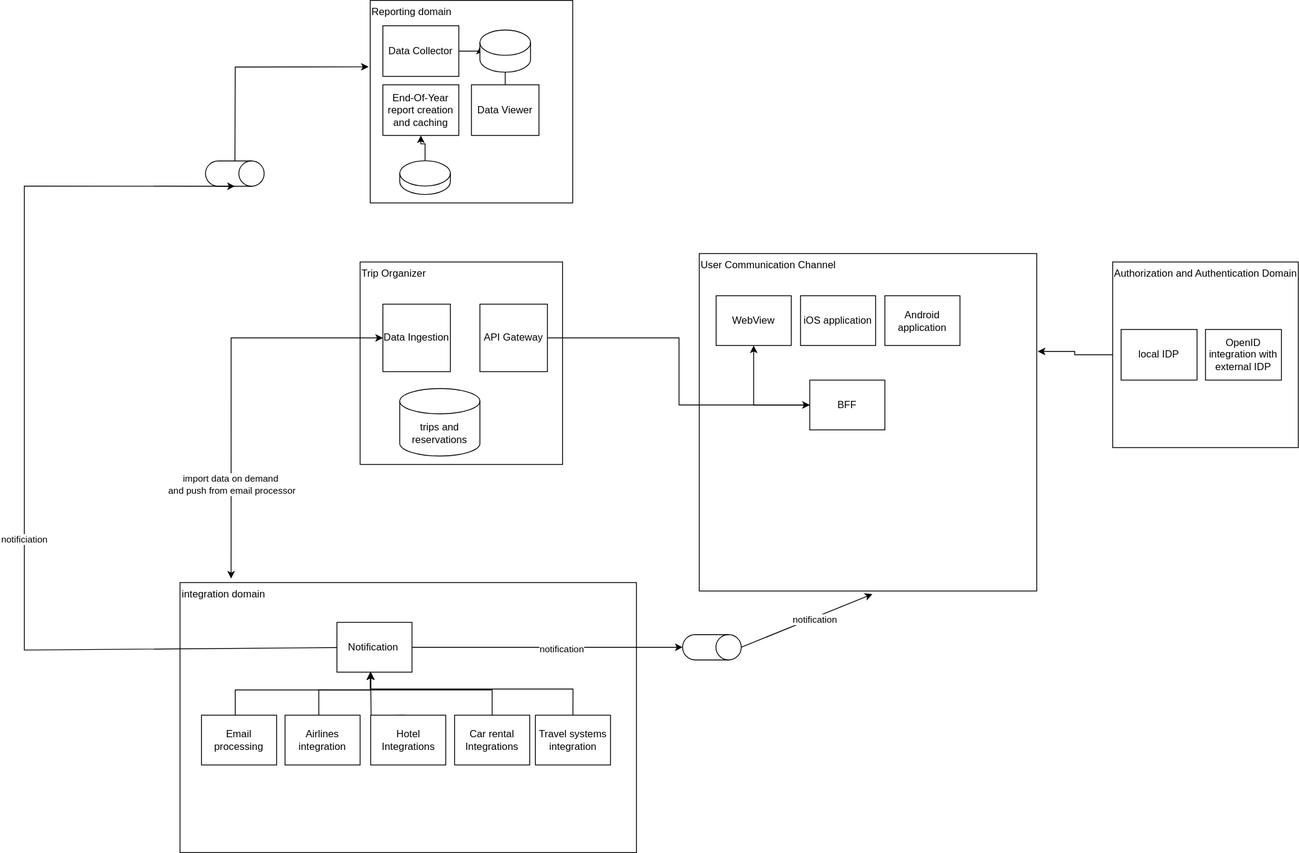
The draw.io diagram diagrams/Component overview.drawio.svg in wschaef/architecture-kata-2023, before a commit. Source tidied: cells renumbered, new cells last; positions are measured from the earlier drawing's top-left corner, leaving out a move shared by most shapes.
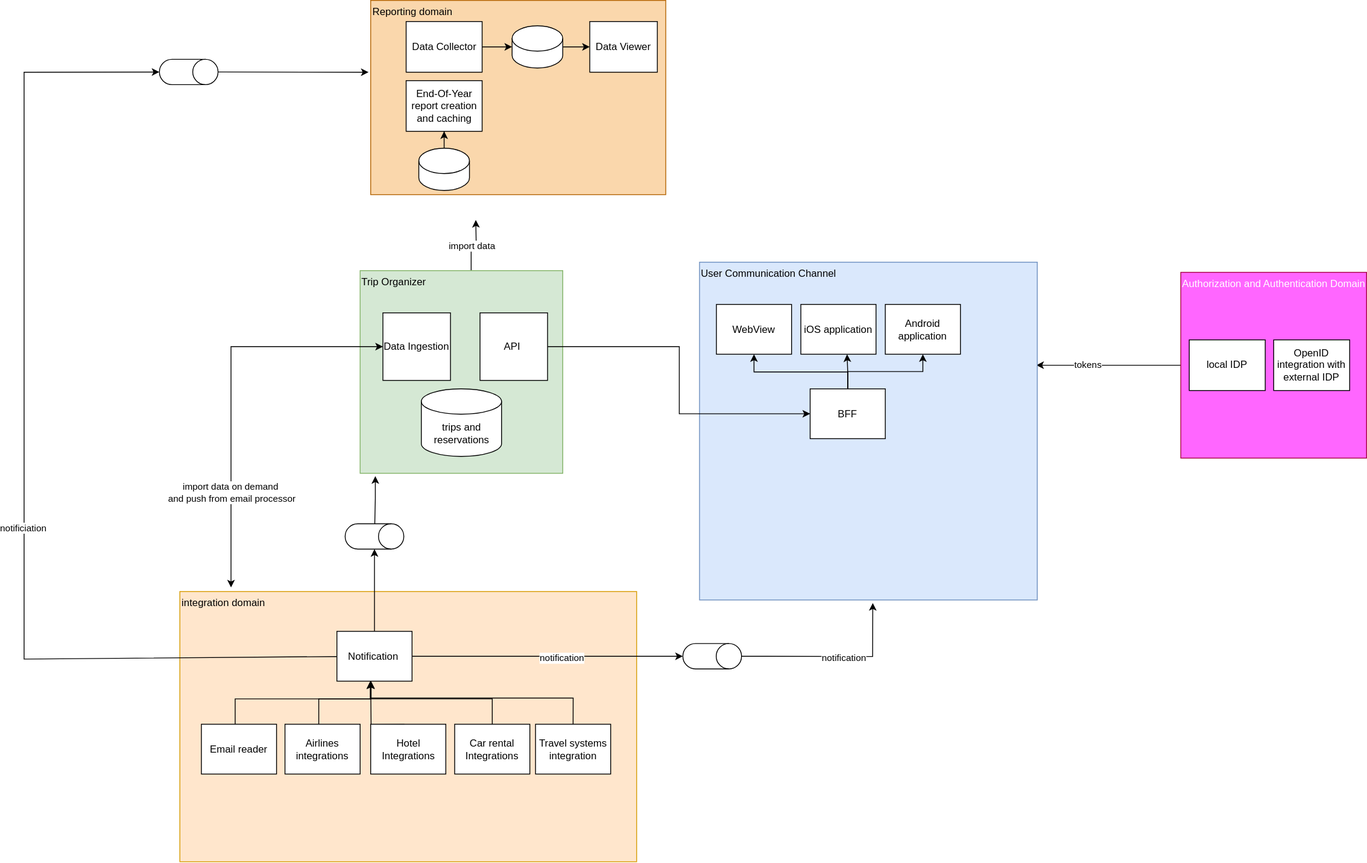
Above is the later version.

What changed in the source:
```diff
@@ -2,38 +2,47 @@
   <root>
     <mxCell id="0" />
     <mxCell id="1" parent="0" />
+    <mxCell id="4" value="Reporting domain" style="rounded=0;whiteSpace=wrap;html=1;align=left;verticalAlign=top;fillColor=#fad7ac;strokeColor=#b46504;" parent="1" vertex="1">
+      <mxGeometry x="410.5" y="-10" width="349.5" height="230" as="geometry" />
+    </mxCell>
-    <mxCell id="2" style="edgeStyle=orthogonalEdgeStyle;rounded=0;jettySize=auto;html=1;exitX=0;exitY=0.5;exitDx=0;exitDy=0;entryX=1.003;entryY=0.29;entryDx=0;entryDy=0;entryPerimeter=0;" parent="1" edge="1" source="3" target="11">
+    <mxCell id="2" style="edgeStyle=orthogonalEdgeStyle;rounded=0;jettySize=auto;html=1;exitX=0;exitY=0.5;exitDx=0;exitDy=0;entryX=0.997;entryY=0.305;entryDx=0;entryDy=0;entryPerimeter=0;" parent="1" edge="1" source="3" target="11">
       <mxGeometry relative="1" as="geometry" />
     </mxCell>
+    <mxCell id="49" value="tokens" style="edgeLabel;html=1;align=center;verticalAlign=middle;" parent="2" vertex="1">
+      <mxGeometry x="0.29" relative="1" as="geometry" />
+    </mxCell>
-    <mxCell id="3" value="Authorization and Authentication Domain" style="whiteSpace=wrap;html=1;align=left;verticalAlign=top;" parent="1" vertex="1">
-      <mxGeometry x="1290" y="310" width="220" height="220" as="geometry" />
+    <mxCell id="3" value="Authorization and Authentication Domain" style="whiteSpace=wrap;html=1;align=left;verticalAlign=top;fillColor=#FF66FF;fontColor=#ffffff;strokeColor=#A50040;" parent="1" vertex="1">
+      <mxGeometry x="1370" y="312" width="220" height="220" as="geometry" />
     </mxCell>
-    <mxCell id="4" value="Reporting domain" style="whiteSpace=wrap;html=1;align=left;verticalAlign=top;" parent="1" vertex="1">
-      <mxGeometry x="410" width="240" height="240" as="geometry" />
-    </mxCell>
+    <mxCell id="50" style="edgeStyle=orthogonalEdgeStyle;rounded=0;jettySize=auto;html=1;exitX=0.5;exitY=1;exitDx=0;exitDy=0;entryX=0.548;entryY=0;entryDx=0;entryDy=0;entryPerimeter=0;startArrow=classic;startFill=1;endArrow=none;endFill=0;" parent="1" edge="1" target="10">
+      <mxGeometry relative="1" as="geometry">
+        <mxPoint x="535" y="250" as="sourcePoint" />
+      </mxGeometry>
+    </mxCell>
+    <mxCell id="51" value="import data&amp;nbsp;" style="edgeLabel;html=1;align=center;verticalAlign=middle;" parent="50" vertex="1">
+      <mxGeometry x="0.03" relative="1" as="geometry" />
+    </mxCell>
     <mxCell id="5" value="local IDP" style="rounded=0;whiteSpace=wrap;html=1;" parent="1" vertex="1">
-      <mxGeometry x="1300" y="390" width="90" height="60" as="geometry" />
+      <mxGeometry x="1380" y="392" width="90" height="60" as="geometry" />
     </mxCell>
     <mxCell id="6" value="OpenID integration with external IDP" style="rounded=0;whiteSpace=wrap;html=1;" parent="1" vertex="1">
-      <mxGeometry x="1400" y="390" width="90" height="60" as="geometry" />
+      <mxGeometry x="1480" y="392" width="90" height="60" as="geometry" />
     </mxCell>
-    <mxCell id="7" style="edgeStyle=orthogonalEdgeStyle;rounded=0;jettySize=auto;html=1;exitX=1;exitY=0.5;exitDx=0;exitDy=0;entryX=0;entryY=0;entryDx=0;entryDy=20;entryPerimeter=0;" parent="1" edge="1" source="8" target="31">
+    <mxCell id="7" style="edgeStyle=orthogonalEdgeStyle;rounded=0;jettySize=auto;html=1;exitX=1;exitY=0.5;exitDx=0;exitDy=0;entryX=0;entryY=0.5;entryDx=0;entryDy=0;entryPerimeter=0;" parent="1" edge="1" source="8" target="31">
       <mxGeometry relative="1" as="geometry" />
     </mxCell>
     <mxCell id="8" value="Data Collector" style="rounded=0;whiteSpace=wrap;html=1;" parent="1" vertex="1">
-      <mxGeometry x="425" y="30" width="90" height="60" as="geometry" />
+      <mxGeometry x="452.5" y="15" width="90" height="60" as="geometry" />
     </mxCell>
-    <mxCell id="9" style="endArrow=classic;html=1;rounded=0;entryX=-0.008;entryY=0.328;entryDx=0;entryDy=0;entryPerimeter=0;" parent="1" edge="1" source="20" target="4">
+    <mxCell id="9" style="endArrow=classic;html=1;rounded=0;" parent="1" edge="1" source="20">
       <mxGeometry relative="1" as="geometry">
-        <Array as="points">
-          <mxPoint x="250" y="79" />
-        </Array>
+        <mxPoint x="408" y="75" as="targetPoint" />
       </mxGeometry>
     </mxCell>
-    <mxCell id="10" value="Trip Organizer" style="whiteSpace=wrap;html=1;align=left;verticalAlign=top;" parent="1" vertex="1">
+    <mxCell id="10" value="Trip Organizer" style="whiteSpace=wrap;html=1;align=left;verticalAlign=top;fillColor=#d5e8d4;strokeColor=#82b366;" parent="1" vertex="1">
       <mxGeometry x="398" y="310" width="240" height="240" as="geometry" />
     </mxCell>
-    <mxCell id="11" value="User Communication Channel" style="whiteSpace=wrap;html=1;align=left;verticalAlign=top;" parent="1" vertex="1">
+    <mxCell id="11" value="User Communication Channel" style="whiteSpace=wrap;html=1;align=left;verticalAlign=top;fillColor=#dae8fc;strokeColor=#6c8ebf;" parent="1" vertex="1">
       <mxGeometry x="800" y="300" width="400" height="400" as="geometry" />
     </mxCell>
     <mxCell id="12" value="WebView" style="rounded=0;whiteSpace=wrap;html=1;" parent="1" vertex="1">
@@ -46,7 +55,12 @@
       <mxGeometry x="1020" y="350" width="89" height="59" as="geometry" />
     </mxCell>
     <mxCell id="15" style="edgeStyle=orthogonalEdgeStyle;rounded=0;jettySize=auto;html=1;entryX=0.5;entryY=1;entryDx=0;entryDy=0;" parent="1" edge="1" source="16" target="12">
-      <mxGeometry relative="1" as="geometry" />
+      <mxGeometry relative="1" as="geometry">
+        <Array as="points">
+          <mxPoint x="976" y="430" />
+          <mxPoint x="865" y="430" />
+        </Array>
+      </mxGeometry>
     </mxCell>
     <mxCell id="16" value="BFF" style="rounded=0;whiteSpace=wrap;html=1;" parent="1" vertex="1">
       <mxGeometry x="931" y="450" width="89" height="59" as="geometry" />
@@ -55,16 +69,20 @@
       <mxGeometry x="800" y="731.9" width="30" height="69.5" as="geometry" />
     </mxCell>
     <mxCell id="18" style="endArrow=classic;html=1;rounded=0;exitX=0.5;exitY=0;exitDx=0;exitDy=0;exitPerimeter=0;entryX=0.513;entryY=1.009;entryDx=0;entryDy=0;entryPerimeter=0;" parent="1" edge="1" source="17" target="11">
-      <mxGeometry relative="1" as="geometry" />
+      <mxGeometry relative="1" as="geometry">
+        <Array as="points">
+          <mxPoint x="1005" y="767" />
+        </Array>
+      </mxGeometry>
     </mxCell>
     <mxCell id="19" value="notification" style="edgeLabel;html=1;align=center;verticalAlign=middle;" parent="18" vertex="1">
       <mxGeometry x="0.11" y="-2" relative="1" as="geometry" />
     </mxCell>
     <mxCell id="20" style="shape=cylinder3;whiteSpace=wrap;html=1;boundedLbl=1;backgroundOutline=1;size=15;rotation=90;" parent="1" vertex="1">
-      <mxGeometry x="234.5" y="170.5" width="30" height="69.5" as="geometry" />
+      <mxGeometry x="180" y="40" width="30" height="69.5" as="geometry" />
     </mxCell>
     <mxCell id="21" value="trips and reservations" style="shape=cylinder3;whiteSpace=wrap;html=1;boundedLbl=1;backgroundOutline=1;size=15;" parent="1" vertex="1">
-      <mxGeometry x="445" y="460" width="95" height="80" as="geometry" />
+      <mxGeometry x="470.5" y="450" width="95" height="80" as="geometry" />
     </mxCell>
     <mxCell id="22" style="edgeStyle=orthogonalEdgeStyle;rounded=0;jettySize=auto;html=1;exitX=1;exitY=0.5;exitDx=0;exitDy=0;entryX=0;entryY=0.5;entryDx=0;entryDy=0;" parent="1" edge="1" source="23" target="16">
       <mxGeometry relative="1" as="geometry">
@@ -74,7 +92,7 @@
         </Array>
       </mxGeometry>
     </mxCell>
-    <mxCell id="23" value="API Gateway" style="whiteSpace=wrap;html=1;" parent="1" vertex="1">
+    <mxCell id="23" value="API&amp;nbsp;" style="whiteSpace=wrap;html=1;" parent="1" vertex="1">
       <mxGeometry x="540" y="360" width="80" height="80" as="geometry" />
     </mxCell>
     <mxCell id="24" style="edgeStyle=orthogonalEdgeStyle;rounded=0;jettySize=auto;html=1;exitX=0;exitY=0.5;exitDx=0;exitDy=0;entryX=0.112;entryY=-0.015;entryDx=0;entryDy=0;startArrow=classic;startFill=1;entryPerimeter=0;" parent="1" edge="1" source="26" target="30">
@@ -87,26 +105,33 @@
       <mxGeometry x="425" y="360" width="80" height="80" as="geometry" />
     </mxCell>
     <mxCell id="27" value="End-Of-Year report creation and caching" style="rounded=0;whiteSpace=wrap;html=1;" parent="1" vertex="1">
-      <mxGeometry x="425" y="100" width="90" height="60" as="geometry" />
+      <mxGeometry x="452.5" y="85" width="90" height="60" as="geometry" />
     </mxCell>
     <mxCell id="28" style="edgeStyle=orthogonalEdgeStyle;rounded=0;jettySize=auto;html=1;exitX=0.5;exitY=0;exitDx=0;exitDy=0;exitPerimeter=0;" parent="1" edge="1" source="29" target="27">
       <mxGeometry relative="1" as="geometry" />
     </mxCell>
     <mxCell id="29" style="shape=cylinder3;whiteSpace=wrap;html=1;boundedLbl=1;backgroundOutline=1;size=15;" parent="1" vertex="1">
-      <mxGeometry x="445" y="190" width="60" height="40" as="geometry" />
+      <mxGeometry x="467.5" y="165" width="60" height="50" as="geometry" />
     </mxCell>
-    <mxCell id="30" value="integration domain" style="rounded=0;whiteSpace=wrap;html=1;align=left;verticalAlign=top;" parent="1" vertex="1">
+    <mxCell id="30" value="integration domain" style="rounded=0;whiteSpace=wrap;html=1;align=left;verticalAlign=top;fillColor=#ffe6cc;strokeColor=#d79b00;" parent="1" vertex="1">
       <mxGeometry x="184.5" y="690" width="541" height="320" as="geometry" />
     </mxCell>
+    <mxCell id="33" style="edgeStyle=orthogonalEdgeStyle;rounded=0;jettySize=auto;html=1;" parent="1" edge="1" source="31" target="32">
+      <mxGeometry relative="1" as="geometry" />
+    </mxCell>
     <mxCell id="31" style="shape=cylinder3;whiteSpace=wrap;html=1;boundedLbl=1;backgroundOutline=1;size=15;" parent="1" vertex="1">
-      <mxGeometry x="540" y="35" width="60" height="50" as="geometry" />
+      <mxGeometry x="578" y="20" width="60" height="50" as="geometry" />
     </mxCell>
     <mxCell id="32" value="Data Viewer" style="rounded=0;whiteSpace=wrap;html=1;" parent="1" vertex="1">
-      <mxGeometry x="530" y="100" width="80" height="60" as="geometry" />
+      <mxGeometry x="670" y="15" width="80" height="60" as="geometry" />
     </mxCell>
-    <mxCell id="33" style="endArrow=none;html=1;rounded=0;exitX=0.5;exitY=1;exitDx=0;exitDy=0;exitPerimeter=0;entryX=0.5;entryY=0;entryDx=0;entryDy=0;" parent="1" edge="1" source="31" target="32">
-      <mxGeometry relative="1" as="geometry" />
-    </mxCell>
+    <mxCell id="52" style="edgeStyle=orthogonalEdgeStyle;rounded=0;jettySize=auto;html=1;entryX=0.075;entryY=1.014;entryDx=0;entryDy=0;entryPerimeter=0;" parent="1" edge="1" source="56" target="10">
+      <mxGeometry relative="1" as="geometry">
+        <Array as="points">
+          <mxPoint x="416" y="580" />
+        </Array>
+      </mxGeometry>
+    </mxCell>
     <mxCell id="34" value="Notification&amp;nbsp;" style="rounded=0;whiteSpace=wrap;html=1;" parent="1" vertex="1">
       <mxGeometry x="370.5" y="737.2" width="89" height="59" as="geometry" />
     </mxCell>
@@ -120,7 +145,7 @@
         </Array>
       </mxGeometry>
     </mxCell>
-    <mxCell id="36" value="Email processing" style="rounded=0;whiteSpace=wrap;html=1;" parent="1" vertex="1">
+    <mxCell id="36" value="Email reader" style="rounded=0;whiteSpace=wrap;html=1;" parent="1" vertex="1">
       <mxGeometry x="210" y="847.2" width="89" height="59" as="geometry" />
     </mxCell>
     <mxCell id="37" style="edgeStyle=orthogonalEdgeStyle;rounded=0;orthogonalLoop=1;jettySize=auto;html=1;entryX=0.5;entryY=1;entryDx=0;entryDy=0;" parent="1" edge="1">
@@ -142,7 +167,7 @@
     <mxCell id="39" value="Travel systems integration" style="rounded=0;whiteSpace=wrap;html=1;" parent="1" vertex="1">
       <mxGeometry x="605.8" y="847.2" width="89" height="59" as="geometry" />
     </mxCell>
-    <mxCell id="40" value="Airlines integration" style="rounded=0;whiteSpace=wrap;html=1;" parent="1" vertex="1">
+    <mxCell id="40" value="Airlines integrations" style="rounded=0;whiteSpace=wrap;html=1;" parent="1" vertex="1">
       <mxGeometry x="309" y="847.2" width="89" height="59" as="geometry" />
     </mxCell>
     <mxCell id="41" style="edgeStyle=orthogonalEdgeStyle;rounded=0;jettySize=auto;html=1;exitX=0.5;exitY=0;exitDx=0;exitDy=0;" parent="1" edge="1" source="39">
@@ -175,16 +200,29 @@
     <mxCell id="46" value="notification" style="edgeLabel;html=1;align=center;verticalAlign=middle;" parent="45" vertex="1">
       <mxGeometry x="0.11" y="-2" relative="1" as="geometry" />
     </mxCell>
-    <mxCell id="47" style="endArrow=classic;html=1;rounded=0;entryX=1;entryY=0.5;entryDx=0;entryDy=0;entryPerimeter=0;" parent="1" edge="1" source="34" target="20">
+    <mxCell id="47" style="endArrow=classic;html=1;rounded=0;" parent="1" edge="1" source="34" target="20">
       <mxGeometry relative="1" as="geometry">
         <Array as="points">
           <mxPoint y="770" />
           <mxPoint y="220" />
+          <mxPoint y="75" />
         </Array>
       </mxGeometry>
     </mxCell>
     <mxCell id="48" value="notificiation" style="edgeLabel;html=1;align=center;verticalAlign=middle;" parent="47" vertex="1">
       <mxGeometry x="-0.14" y="1" relative="1" as="geometry" />
     </mxCell>
+    <mxCell id="53" style="edgeStyle=orthogonalEdgeStyle;rounded=0;jettySize=auto;html=1;entryX=0.615;entryY=1.002;entryDx=0;entryDy=0;entryPerimeter=0;exitX=0.5;exitY=0;exitDx=0;exitDy=0;" parent="1" edge="1" source="16" target="13">
+      <mxGeometry relative="1" as="geometry" />
+    </mxCell>
+    <mxCell id="54" style="edgeStyle=orthogonalEdgeStyle;rounded=0;jettySize=auto;html=1;entryX=0.5;entryY=1;entryDx=0;entryDy=0;exitX=0.5;exitY=0;exitDx=0;exitDy=0;" parent="1" edge="1" source="16" target="14">
+      <mxGeometry relative="1" as="geometry" />
+    </mxCell>
+    <mxCell id="55" style="edgeStyle=orthogonalEdgeStyle;rounded=0;jettySize=auto;html=1;" parent="1" edge="1" source="34" target="56">
+      <mxGeometry relative="1" as="geometry" />
+    </mxCell>
+    <mxCell id="56" style="shape=cylinder3;whiteSpace=wrap;html=1;boundedLbl=1;backgroundOutline=1;size=15;rotation=90;" parent="1" vertex="1">
+      <mxGeometry x="400" y="590" width="30" height="69.5" as="geometry" />
+    </mxCell>
   </root>
 </mxGraphModel>
```
